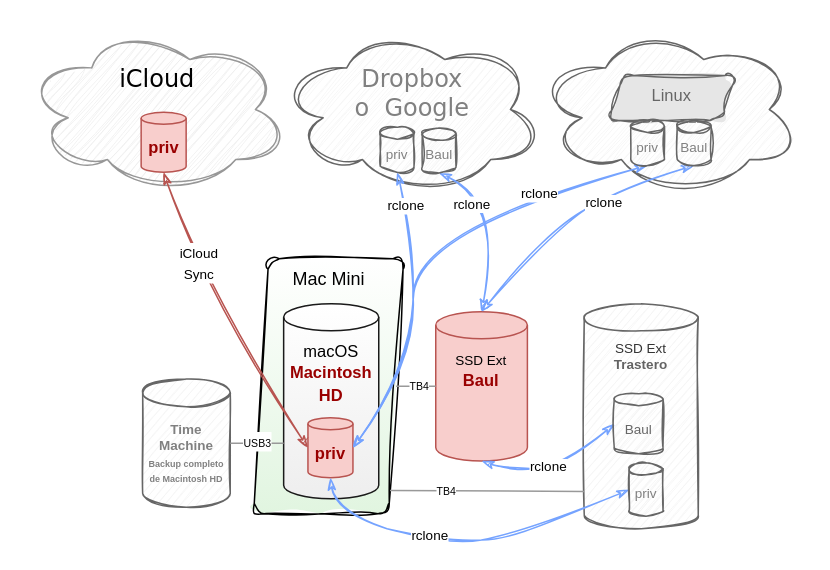
Earlier version of the draw.io diagram docs/assets/img/posts/2023-11-13-rclone-05.drawio (LuisPalacios/LuisPalacios.github.io). Source tidied: cells renumbered, new cells numbered last; positions are measured from the earlier drawing's top-left corner, leaving out a move shared by most shapes. Both pictures are drawn from the tidied source at 150%, with x=0, y=0 at pixel (26, 26).
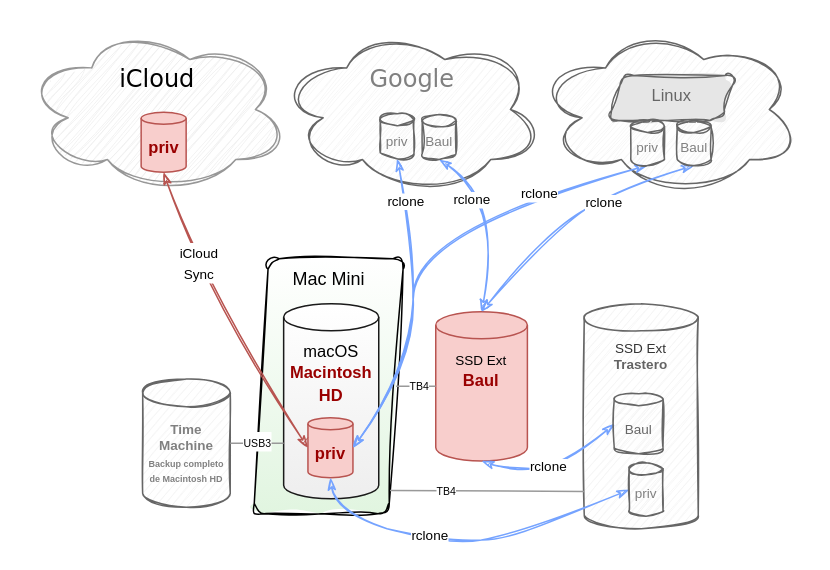
Above is the later version.

Commit message (it also covers changes not shown here):
Update gráfico rclone

Diff of the diagram source:
```diff
@@
-    <mxCell id="6" value="&lt;font color=&quot;#808080&quot;&gt;&lt;br&gt;Dropbox&lt;br&gt;o&amp;nbsp; Google&lt;/font&gt;" style="ellipse;shape=cloud;whiteSpace=wrap;html=1;fillColor=#f5f5f5;strokeColor=#666666;fontSize=16;sketch=1;curveFitting=1;jiggle=2;fontFamily=Verdana;labelPosition=center;verticalLabelPosition=middle;align=center;verticalAlign=top;fontColor=#333333;" parent="1" vertex="1">
+    <mxCell id="6" value="&lt;font color=&quot;#808080&quot;&gt;&lt;br&gt;Google&lt;/font&gt;" style="ellipse;shape=cloud;whiteSpace=wrap;html=1;fillColor=#f5f5f5;strokeColor=#666666;fontSize=16;sketch=1;curveFitting=1;jiggle=2;fontFamily=Verdana;labelPosition=center;verticalLabelPosition=middle;align=center;verticalAlign=top;fontColor=#333333;" parent="1" vertex="1">
       <mxGeometry x="170" width="174.6" height="111" as="geometry" />
     </mxCell>
@@
     <mxCell id="30" value="&lt;font color=&quot;#808080&quot;&gt;priv&lt;/font&gt;" style="shape=cylinder3;whiteSpace=wrap;html=1;boundedLbl=1;backgroundOutline=1;size=4;fillColor=#f5f5f5;strokeColor=#666666;fontSize=9;fontColor=#333333;sketch=1;curveFitting=1;jiggle=1;" parent="1" vertex="1">
-      <mxGeometry x="236" y="67.4" width="22.5" height="30" as="geometry" />
+      <mxGeometry x="236" y="58.4" width="22.5" height="30" as="geometry" />
     </mxCell>
     <mxCell id="31" value="&lt;font color=&quot;#808080&quot;&gt;Baul&lt;/font&gt;" style="shape=cylinder3;whiteSpace=wrap;html=1;boundedLbl=1;backgroundOutline=1;size=4;fillColor=#f5f5f5;strokeColor=#666666;fontSize=9;fontColor=#333333;sketch=1;curveFitting=1;jiggle=1;" parent="1" vertex="1">
-      <mxGeometry x="264" y="67.8" width="22.5" height="30" as="geometry" />
+      <mxGeometry x="264" y="58.8" width="22.5" height="30" as="geometry" />
     </mxCell>
```
